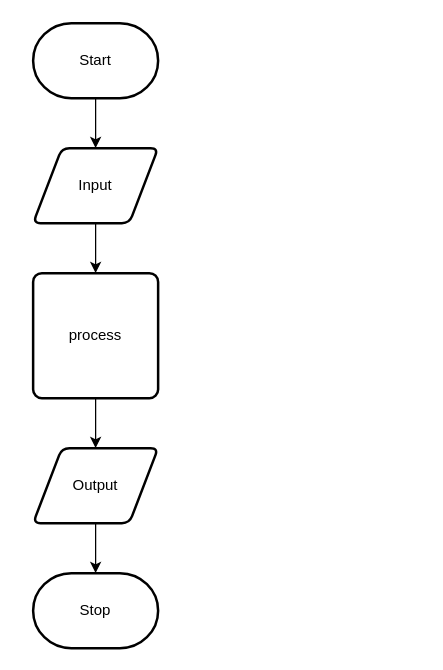
Earlier version of the draw.io diagram design/flow-chart.drawio (ekaterina-chernykh/ICS20-Unit-6-03). Source tidied: cells renumbered, new cells numbered last; positions are measured from the earlier drawing's top-left corner, leaving out a move shared by most shapes. Both pictures are drawn from the tidied source at 125%, with x=0, y=0 at pixel (32, 22).
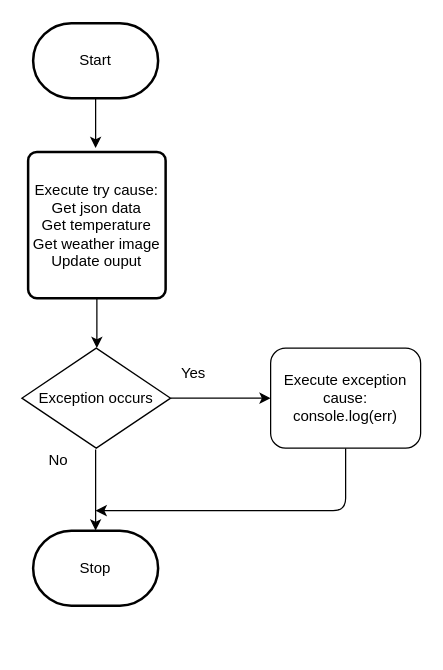
The same diagram, later.

Commit message (it also covers changes not shown here):
flow chart

What changed in the source:
```diff
@@
 <mxGraphModel>
   <root>
     <mxCell id="0" />
     <mxCell id="1" parent="0" />
-    <mxCell id="2" style="edgeStyle=none;html=1;" parent="1" edge="1" source="3" target="5">
-      <mxGeometry relative="1" as="geometry" />
+    <mxCell id="2" style="edgeStyle=none;html=1;" parent="1" edge="1" source="3">
+      <mxGeometry relative="1" as="geometry">
+        <mxPoint x="50" y="100" as="targetPoint" />
+      </mxGeometry>
     </mxCell>
     <mxCell id="3" value="Start" style="strokeWidth=2;html=1;shape=mxgraph.flowchart.terminator;whiteSpace=wrap;" parent="1" vertex="1">
       <mxGeometry width="100" height="60" as="geometry" />
     </mxCell>
-    <mxCell id="4" style="edgeStyle=none;html=1;" parent="1" edge="1" source="5" target="7">
-      <mxGeometry relative="1" as="geometry" />
-    </mxCell>
-    <mxCell id="5" value="Input" style="shape=parallelogram;html=1;strokeWidth=2;perimeter=parallelogramPerimeter;whiteSpace=wrap;rounded=1;arcSize=12;size=0.23;" parent="1" vertex="1">
-      <mxGeometry y="100" width="100" height="60" as="geometry" />
-    </mxCell>
-    <mxCell id="6" style="edgeStyle=none;html=1;" parent="1" edge="1" source="7" target="9">
-      <mxGeometry relative="1" as="geometry" />
+    <mxCell id="6" style="edgeStyle=none;html=1;entryX=0.5;entryY=0;entryDx=0;entryDy=0;entryPerimeter=0;" parent="1" edge="1" target="10">
+      <mxGeometry relative="1" as="geometry">
+        <mxPoint x="50" y="341" as="sourcePoint" />
+      </mxGeometry>
     </mxCell>
+    <mxCell id="11" style="edgeStyle=none;html=1;exitX=0.5;exitY=1;exitDx=0;exitDy=0;" parent="1" edge="1" source="7">
+      <mxGeometry relative="1" as="geometry">
+        <mxPoint x="51" y="260" as="targetPoint" />
+      </mxGeometry>
+    </mxCell>
-    <mxCell id="7" value="process" style="rounded=1;whiteSpace=wrap;html=1;absoluteArcSize=1;arcSize=14;strokeWidth=2;" parent="1" vertex="1">
-      <mxGeometry y="200" width="100" height="100" as="geometry" />
+    <mxCell id="7" value="Execute try cause:&lt;br&gt;Get json data&lt;br&gt;Get temperature&lt;br&gt;Get weather image&lt;br&gt;Update ouput" style="rounded=1;whiteSpace=wrap;html=1;absoluteArcSize=1;arcSize=14;strokeWidth=2;" parent="1" vertex="1">
+      <mxGeometry x="-4" y="103" width="110" height="117" as="geometry" />
     </mxCell>
-    <mxCell id="8" style="edgeStyle=none;html=1;" parent="1" edge="1" source="9" target="10">
-      <mxGeometry relative="1" as="geometry" />
-    </mxCell>
-    <mxCell id="9" value="Output" style="shape=parallelogram;html=1;strokeWidth=2;perimeter=parallelogramPerimeter;whiteSpace=wrap;rounded=1;arcSize=12;size=0.23;" parent="1" vertex="1">
-      <mxGeometry y="340" width="100" height="60" as="geometry" />
-    </mxCell>
     <mxCell id="10" value="Stop" style="strokeWidth=2;html=1;shape=mxgraph.flowchart.terminator;whiteSpace=wrap;" parent="1" vertex="1">
-      <mxGeometry y="440" width="100" height="60" as="geometry" />
+      <mxGeometry y="406" width="100" height="60" as="geometry" />
     </mxCell>
+    <mxCell id="12" style="edgeStyle=none;html=1;exitX=1;exitY=0.5;exitDx=0;exitDy=0;" parent="1" edge="1" source="13">
+      <mxGeometry relative="1" as="geometry">
+        <mxPoint x="190" y="300" as="targetPoint" />
+      </mxGeometry>
+    </mxCell>
+    <mxCell id="13" value="Exception occurs" style="rhombus;whiteSpace=wrap;html=1;" parent="1" vertex="1">
+      <mxGeometry x="-9" y="260" width="119" height="80" as="geometry" />
+    </mxCell>
+    <mxCell id="14" value="Yes" style="text;html=1;align=center;verticalAlign=middle;strokeColor=none;fillColor=none;" parent="1" vertex="1">
+      <mxGeometry x="108" y="270" width="40" height="20" as="geometry" />
+    </mxCell>
+    <mxCell id="15" style="edgeStyle=none;html=1;exitX=0.5;exitY=1;exitDx=0;exitDy=0;" parent="1" edge="1" source="16">
+      <mxGeometry relative="1" as="geometry">
+        <mxPoint x="50" y="390" as="targetPoint" />
+        <Array as="points">
+          <mxPoint x="250" y="390" />
+        </Array>
+      </mxGeometry>
+    </mxCell>
+    <mxCell id="16" value="Execute exception cause:&lt;br&gt;console.log(err)" style="rounded=1;whiteSpace=wrap;html=1;" parent="1" vertex="1">
+      <mxGeometry x="190" y="260" width="120" height="80" as="geometry" />
+    </mxCell>
+    <mxCell id="17" value="No" style="text;html=1;align=center;verticalAlign=middle;strokeColor=none;fillColor=none;" parent="1" vertex="1">
+      <mxGeometry x="5" y="340" width="30" height="20" as="geometry" />
+    </mxCell>
   </root>
 </mxGraphModel>
```
